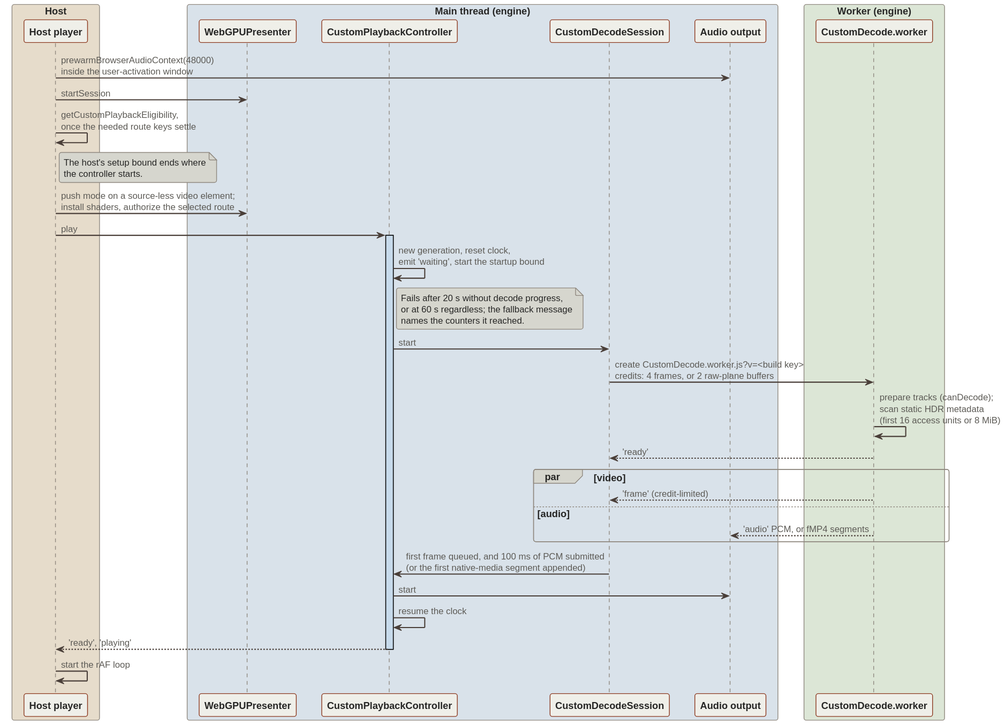
Before: docs/src/diagrams/custom-session-startup.light.svg, a diagram exported from PlantUML (alchemyyy/WebGPU-Player).
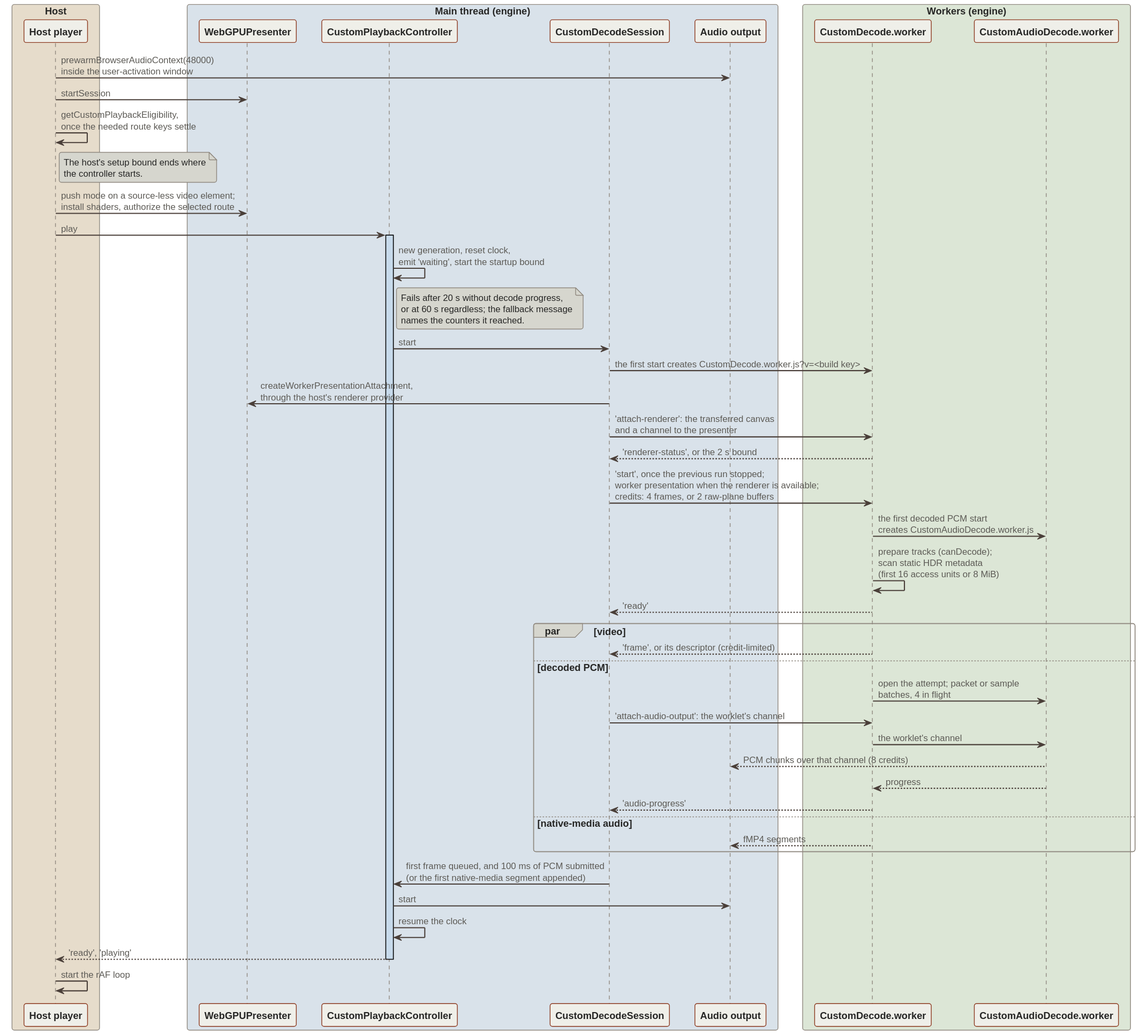
After the commit.

The edit, as a diff of the source:
```diff
@@ -11,8 +11,9 @@
 participant "CustomDecodeSession" as session
 participant "Audio output" as audio
 end box
-box "Worker (engine)" $BOX_WORKER
+box "Workers (engine)" $BOX_WORKER
 participant "CustomDecode.worker" as worker
+participant "CustomAudioDecode.worker" as audioWorker
 end box
 
 host -> audio : prewarmBrowserAudioContext(48000)\ninside the user-activation window
@@ -32,13 +33,25 @@
   names the counters it reached.
 end note
 controller -> session : start
-session -> worker : create CustomDecode.worker.js?v=<build key>\ncredits: 4 frames, or 2 raw-plane buffers
+session -> worker : the first start creates CustomDecode.worker.js?v=<build key>
+session -> presenter : createWorkerPresentationAttachment,\nthrough the host's renderer provider
+session -> worker : 'attach-renderer': the transferred canvas\nand a channel to the presenter
+worker --> session : 'renderer-status', or the 2 s bound
+session -> worker : 'start', once the previous run stopped;\nworker presentation when the renderer is available;\ncredits: 4 frames, or 2 raw-plane buffers
+worker -> audioWorker : the first decoded PCM start\ncreates CustomAudioDecode.worker.js
 worker -> worker : prepare tracks (canDecode);\nscan static HDR metadata\n(first 16 access units or 8 MiB)
 worker --> session : 'ready'
 par video
-  worker --> session : 'frame' (credit-limited)
-else audio
-  worker --> audio : 'audio' PCM, or fMP4 segments
+  worker --> session : 'frame', or its descriptor (credit-limited)
+else decoded PCM
+  worker -> audioWorker : open the attempt; packet or sample\nbatches, 4 in flight
+  session -> worker : 'attach-audio-output': the worklet's channel
+  worker -> audioWorker : the worklet's channel
+  audioWorker --> audio : PCM chunks over that channel (8 credits)
+  audioWorker --> worker : progress
+  worker --> session : 'audio-progress'
+else native-media audio
+  worker --> audio : fMP4 segments
 end
 session -> controller : first frame queued, and 100 ms of PCM submitted\n(or the first native-media segment appended)
 controller -> audio : start
```
